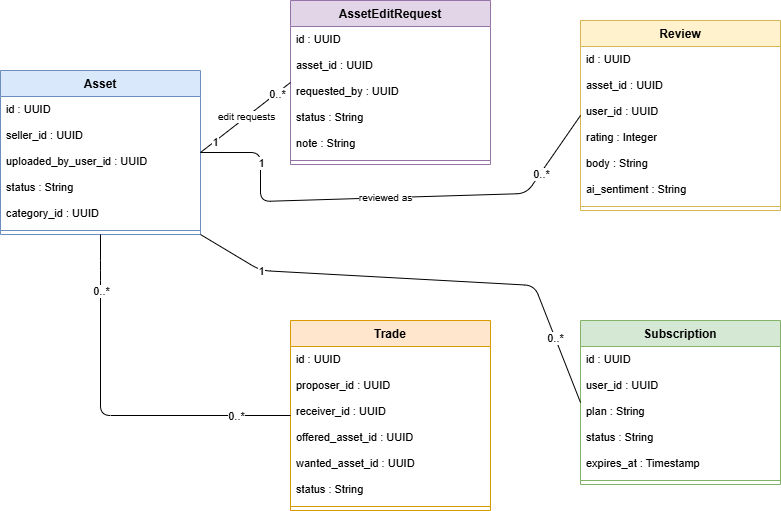
Above: images/diagrams/class_s3.png in AsmaDaoussi/report (draw.io), before the change. Source tidied: cells renumbered, new cells last; positions are measured from the earlier drawing's top-left corner, leaving out a move shared by most shapes.
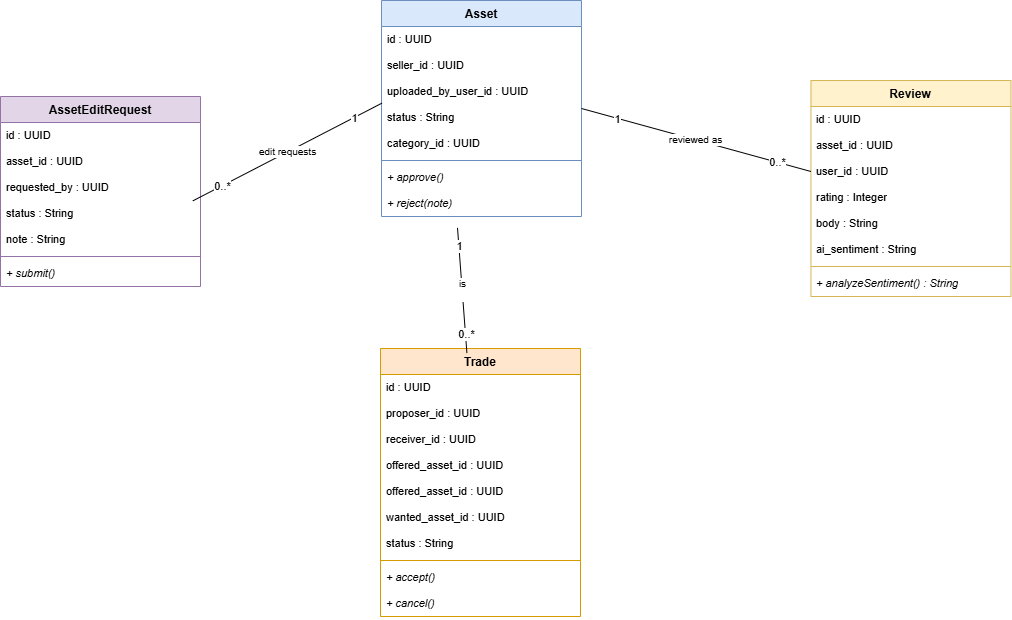
The same file after the commit.

Change to the diagram source:
```diff
@@ -3,7 +3,7 @@
     <mxCell id="0" />
     <mxCell id="1" parent="0" />
     <mxCell id="2" value="Asset" style="swimlane;fontStyle=1;align=center;verticalAlign=top;horizontal=1;startSize=26;fillColor=#dae8fc;strokeColor=#6c8ebf;whiteSpace=wrap;html=1;" parent="1" vertex="1">
-      <mxGeometry y="70" width="200" height="164" as="geometry" />
+      <mxGeometry x="380" width="200" height="216" as="geometry" />
     </mxCell>
     <mxCell id="3" value="id : UUID" style="text;strokeColor=none;fillColor=none;align=left;verticalAlign=top;spacingLeft=4;spacingRight=4;overflow=hidden;whiteSpace=wrap;html=1;fontSize=11;" parent="2" vertex="1">
       <mxGeometry y="26" width="200" height="26" as="geometry" />
@@ -23,8 +23,14 @@
     <mxCell id="8" style="line;strokeWidth=1;fillColor=none;align=left;verticalAlign=middle;spacingTop=-1;spacingLeft=3;spacingRight=3;labelPosition=right;strokeColor=inherit;" parent="2" vertex="1">
       <mxGeometry y="156" width="200" height="8" as="geometry" />
     </mxCell>
+    <mxCell id="51" value="+ approve()" style="text;strokeColor=none;fillColor=none;align=left;verticalAlign=top;spacingLeft=4;spacingRight=4;overflow=hidden;whiteSpace=wrap;html=1;fontSize=11;fontStyle=2;" parent="2" vertex="1">
+      <mxGeometry y="164" width="200" height="26" as="geometry" />
+    </mxCell>
+    <mxCell id="52" value="+ reject(note)" style="text;strokeColor=none;fillColor=none;align=left;verticalAlign=top;spacingLeft=4;spacingRight=4;overflow=hidden;points=[[0,0.5],[1,0.5]];portConstraint=eastwest;whiteSpace=wrap;html=1;fontSize=11;fontStyle=2;" parent="2" vertex="1">
+      <mxGeometry y="190" width="200" height="26" as="geometry" />
+    </mxCell>
     <mxCell id="9" value="AssetEditRequest" style="swimlane;fontStyle=1;align=center;verticalAlign=top;horizontal=1;startSize=26;fillColor=#e1d5e7;strokeColor=#9673a6;whiteSpace=wrap;html=1;" parent="1" vertex="1">
-      <mxGeometry x="290" width="200" height="164" as="geometry" />
+      <mxGeometry x="-1" y="96" width="200" height="190" as="geometry" />
     </mxCell>
     <mxCell id="10" value="id : UUID" style="text;strokeColor=none;fillColor=none;align=left;verticalAlign=top;spacingLeft=4;spacingRight=4;overflow=hidden;whiteSpace=wrap;html=1;fontSize=11;" parent="9" vertex="1">
       <mxGeometry y="26" width="200" height="26" as="geometry" />
@@ -44,8 +50,11 @@
     <mxCell id="15" style="line;strokeWidth=1;fillColor=none;align=left;verticalAlign=middle;spacingTop=-1;spacingLeft=3;spacingRight=3;labelPosition=right;strokeColor=inherit;" parent="9" vertex="1">
       <mxGeometry y="156" width="200" height="8" as="geometry" />
     </mxCell>
+    <mxCell id="53" value="+ submit()" style="text;strokeColor=none;fillColor=none;align=left;verticalAlign=top;spacingLeft=4;spacingRight=4;overflow=hidden;whiteSpace=wrap;html=1;fontSize=11;fontStyle=2;" parent="9" vertex="1">
+      <mxGeometry y="164" width="200" height="26" as="geometry" />
+    </mxCell>
     <mxCell id="16" value="Review" style="swimlane;fontStyle=1;align=center;verticalAlign=top;horizontal=1;startSize=26;fillColor=#fff2cc;strokeColor=#d6b656;whiteSpace=wrap;html=1;" parent="1" vertex="1">
-      <mxGeometry x="580" y="20" width="200" height="190" as="geometry" />
+      <mxGeometry x="809.5" y="80" width="200" height="216" as="geometry" />
     </mxCell>
     <mxCell id="17" value="id : UUID" style="text;strokeColor=none;fillColor=none;align=left;verticalAlign=top;spacingLeft=4;spacingRight=4;overflow=hidden;whiteSpace=wrap;html=1;fontSize=11;" parent="16" vertex="1">
       <mxGeometry y="26" width="200" height="26" as="geometry" />
@@ -68,8 +77,11 @@
     <mxCell id="23" style="line;strokeWidth=1;fillColor=none;align=left;verticalAlign=middle;spacingTop=-1;spacingLeft=3;spacingRight=3;labelPosition=right;strokeColor=inherit;" parent="16" vertex="1">
       <mxGeometry y="182" width="200" height="8" as="geometry" />
     </mxCell>
+    <mxCell id="54" value="+ analyzeSentiment() : String" style="text;strokeColor=none;fillColor=none;align=left;verticalAlign=top;spacingLeft=4;spacingRight=4;overflow=hidden;whiteSpace=wrap;html=1;fontSize=11;fontStyle=2;" parent="16" vertex="1">
+      <mxGeometry y="190" width="200" height="26" as="geometry" />
+    </mxCell>
     <mxCell id="24" value="Trade" style="swimlane;fontStyle=1;align=center;verticalAlign=top;horizontal=1;startSize=26;fillColor=#ffe6cc;strokeColor=#d79b00;whiteSpace=wrap;html=1;" parent="1" vertex="1">
-      <mxGeometry x="290" y="320" width="200" height="190" as="geometry" />
+      <mxGeometry x="379" y="348" width="200" height="268" as="geometry" />
     </mxCell>
     <mxCell id="25" value="id : UUID" style="text;strokeColor=none;fillColor=none;align=left;verticalAlign=top;spacingLeft=4;spacingRight=4;overflow=hidden;whiteSpace=wrap;html=1;fontSize=11;" parent="24" vertex="1">
       <mxGeometry y="26" width="200" height="26" as="geometry" />
@@ -83,37 +95,25 @@
     <mxCell id="28" value="offered_asset_id : UUID" style="text;strokeColor=none;fillColor=none;align=left;verticalAlign=top;spacingLeft=4;spacingRight=4;overflow=hidden;whiteSpace=wrap;html=1;fontSize=11;" parent="24" vertex="1">
       <mxGeometry y="104" width="200" height="26" as="geometry" />
     </mxCell>
+    <mxCell id="55" value="offered_asset_id : UUID" style="text;strokeColor=none;fillColor=none;align=left;verticalAlign=top;spacingLeft=4;spacingRight=4;overflow=hidden;whiteSpace=wrap;html=1;fontSize=11;" parent="24" vertex="1">
+      <mxGeometry y="130" width="200" height="26" as="geometry" />
+    </mxCell>
     <mxCell id="29" value="wanted_asset_id : UUID" style="text;strokeColor=none;fillColor=none;align=left;verticalAlign=top;spacingLeft=4;spacingRight=4;overflow=hidden;whiteSpace=wrap;html=1;fontSize=11;" parent="24" vertex="1">
-      <mxGeometry y="130" width="200" height="26" as="geometry" />
+      <mxGeometry y="156" width="200" height="26" as="geometry" />
     </mxCell>
     <mxCell id="30" value="status : String" style="text;strokeColor=none;fillColor=none;align=left;verticalAlign=top;spacingLeft=4;spacingRight=4;overflow=hidden;whiteSpace=wrap;html=1;fontSize=11;" parent="24" vertex="1">
-      <mxGeometry y="156" width="200" height="26" as="geometry" />
+      <mxGeometry y="182" width="200" height="26" as="geometry" />
     </mxCell>
     <mxCell id="31" style="line;strokeWidth=1;fillColor=none;align=left;verticalAlign=middle;spacingTop=-1;spacingLeft=3;spacingRight=3;labelPosition=right;strokeColor=inherit;" parent="24" vertex="1">
-      <mxGeometry y="182" width="200" height="8" as="geometry" />
+      <mxGeometry y="208" width="200" height="8" as="geometry" />
     </mxCell>
-    <mxCell id="32" value="Subscription" style="swimlane;fontStyle=1;align=center;verticalAlign=top;horizontal=1;startSize=26;fillColor=#d5e8d4;strokeColor=#82b366;whiteSpace=wrap;html=1;" parent="1" vertex="1">
-      <mxGeometry x="580" y="320" width="200" height="164" as="geometry" />
-    </mxCell>
-    <mxCell id="33" value="id : UUID" style="text;strokeColor=none;fillColor=none;align=left;verticalAlign=top;spacingLeft=4;spacingRight=4;overflow=hidden;whiteSpace=wrap;html=1;fontSize=11;" parent="32" vertex="1">
-      <mxGeometry y="26" width="200" height="26" as="geometry" />
-    </mxCell>
-    <mxCell id="34" value="user_id : UUID" style="text;strokeColor=none;fillColor=none;align=left;verticalAlign=top;spacingLeft=4;spacingRight=4;overflow=hidden;whiteSpace=wrap;html=1;fontSize=11;" parent="32" vertex="1">
-      <mxGeometry y="52" width="200" height="26" as="geometry" />
-    </mxCell>
-    <mxCell id="35" value="plan : String" style="text;strokeColor=none;fillColor=none;align=left;verticalAlign=top;spacingLeft=4;spacingRight=4;overflow=hidden;whiteSpace=wrap;html=1;fontSize=11;" parent="32" vertex="1">
-      <mxGeometry y="78" width="200" height="26" as="geometry" />
-    </mxCell>
-    <mxCell id="36" value="status : String" style="text;strokeColor=none;fillColor=none;align=left;verticalAlign=top;spacingLeft=4;spacingRight=4;overflow=hidden;whiteSpace=wrap;html=1;fontSize=11;" parent="32" vertex="1">
-      <mxGeometry y="104" width="200" height="26" as="geometry" />
-    </mxCell>
-    <mxCell id="37" value="expires_at : Timestamp" style="text;strokeColor=none;fillColor=none;align=left;verticalAlign=top;spacingLeft=4;spacingRight=4;overflow=hidden;whiteSpace=wrap;html=1;fontSize=11;" parent="32" vertex="1">
-      <mxGeometry y="130" width="200" height="26" as="geometry" />
-    </mxCell>
-    <mxCell id="38" style="line;strokeWidth=1;fillColor=none;align=left;verticalAlign=middle;spacingTop=-1;spacingLeft=3;spacingRight=3;labelPosition=right;strokeColor=inherit;" parent="32" vertex="1">
-      <mxGeometry y="156" width="200" height="8" as="geometry" />
-    </mxCell>
+    <mxCell id="56" value="+ accept()" style="text;strokeColor=none;fillColor=none;align=left;verticalAlign=top;spacingLeft=4;spacingRight=4;overflow=hidden;whiteSpace=wrap;html=1;fontSize=11;fontStyle=2;" parent="24" vertex="1">
+      <mxGeometry y="216" width="200" height="26" as="geometry" />
+    </mxCell>
+    <mxCell id="57" value="+ cancel()" style="text;strokeColor=none;fillColor=none;align=left;verticalAlign=top;spacingLeft=4;spacingRight=4;overflow=hidden;whiteSpace=wrap;html=1;fontSize=11;fontStyle=2;" parent="24" vertex="1">
+      <mxGeometry y="242" width="200" height="26" as="geometry" />
+    </mxCell>
-    <mxCell id="39" value="edit requests" style="endArrow=none;startArrow=none;html=1;fontSize=10;exitX=1;exitY=0.5;entryX=0;entryY=0.5;" parent="1" edge="1" source="2" target="9">
+    <mxCell id="39" value="edit requests" style="endArrow=none;startArrow=none;html=1;fontSize=10;exitX=0.002;exitY=-0.051;entryX=0.962;entryY=0.013;exitDx=0;exitDy=0;exitPerimeter=0;entryDx=0;entryDy=0;entryPerimeter=0;" parent="1" edge="1" source="6" target="13">
       <mxGeometry relative="1" as="geometry" />
     </mxCell>
     <mxCell id="40" value="1" style="edgeLabel;html=1;align=center;verticalAlign=middle;fontSize=11;" parent="39" vertex="1">
@@ -122,14 +122,8 @@
     <mxCell id="41" value="0..*" style="edgeLabel;html=1;align=center;verticalAlign=middle;fontSize=11;" parent="39" vertex="1">
       <mxGeometry x="0.7" relative="1" as="geometry" />
     </mxCell>
-    <mxCell id="42" value="reviewed as" style="endArrow=none;startArrow=none;html=1;fontSize=10;exitX=1;exitY=0.5;entryX=0;entryY=0.5;" parent="1" edge="1" source="2" target="16">
-      <mxGeometry relative="1" as="geometry">
-        <Array as="points">
-          <mxPoint x="260" y="152" />
-          <mxPoint x="260" y="201" />
-          <mxPoint x="526" y="193" />
-        </Array>
-      </mxGeometry>
+    <mxCell id="42" value="reviewed as" style="endArrow=none;startArrow=none;html=1;fontSize=10;exitX=1;exitY=0.5;entryX=0;entryY=0.5;entryDx=0;entryDy=0;" parent="1" edge="1" source="2" target="19">
+      <mxGeometry relative="1" as="geometry" />
     </mxCell>
     <mxCell id="43" value="1" style="edgeLabel;html=1;align=center;verticalAlign=middle;fontSize=11;" parent="42" vertex="1">
       <mxGeometry x="-0.7" relative="1" as="geometry" />
@@ -137,33 +131,14 @@
     <mxCell id="44" value="0..*" style="edgeLabel;html=1;align=center;verticalAlign=middle;fontSize=11;" parent="42" vertex="1">
       <mxGeometry x="0.7" relative="1" as="geometry" />
     </mxCell>
-    <mxCell id="45" style="endArrow=none;startArrow=none;html=1;fontSize=10;exitX=0.5;exitY=1;entryX=0;entryY=0.5;" parent="1" edge="1" source="2" target="24">
-      <mxGeometry relative="1" as="geometry">
-        <Array as="points">
-          <mxPoint x="100" y="270" />
-          <mxPoint x="100" y="415" />
-        </Array>
-      </mxGeometry>
-    </mxCell>
-    <mxCell id="46" value="0..*" style="edgeLabel;html=1;align=center;verticalAlign=middle;fontSize=11;" parent="45" vertex="1">
-      <mxGeometry x="-0.7" relative="1" as="geometry" />
-    </mxCell>
-    <mxCell id="47" value="0..*" style="edgeLabel;html=1;align=center;verticalAlign=middle;fontSize=11;" parent="45" vertex="1">
-      <mxGeometry x="0.7" relative="1" as="geometry" />
-    </mxCell>
-    <mxCell id="48" style="endArrow=none;startArrow=none;html=1;fontSize=10;exitX=1;exitY=1;entryX=0;entryY=0.5;" parent="1" edge="1" source="2" target="32">
-      <mxGeometry relative="1" as="geometry">
-        <Array as="points">
-          <mxPoint x="260" y="270" />
-          <mxPoint x="534" y="285" />
-        </Array>
-      </mxGeometry>
-    </mxCell>
+    <mxCell id="58" value="is&lt;div&gt;&lt;br&gt;&lt;/div&gt;" style="endArrow=none;startArrow=none;html=1;fontSize=10;exitX=0.38;exitY=1.436;entryX=0.432;entryY=0.017;entryDx=0;entryDy=0;entryPerimeter=0;exitDx=0;exitDy=0;exitPerimeter=0;" parent="1" edge="1" source="52" target="24">
+      <mxGeometry relative="1" as="geometry" />
+    </mxCell>
-    <mxCell id="49" value="1" style="edgeLabel;html=1;align=center;verticalAlign=middle;fontSize=11;" parent="48" vertex="1">
+    <mxCell id="49" value="1" style="edgeLabel;html=1;align=center;verticalAlign=middle;fontSize=11;" parent="58" vertex="1">
       <mxGeometry x="-0.7" relative="1" as="geometry" />
     </mxCell>
-    <mxCell id="50" value="0..*" style="edgeLabel;html=1;align=center;verticalAlign=middle;fontSize=11;" parent="48" vertex="1">
-      <mxGeometry x="0.7" relative="1" as="geometry" />
-    </mxCell>
+    <mxCell id="59" value="0..*" style="edgeLabel;html=1;align=center;verticalAlign=middle;fontSize=11;" parent="58" vertex="1">
+      <mxGeometry x="0.7" relative="1" as="geometry" />
+    </mxCell>
   </root>
 </mxGraphModel>
```
